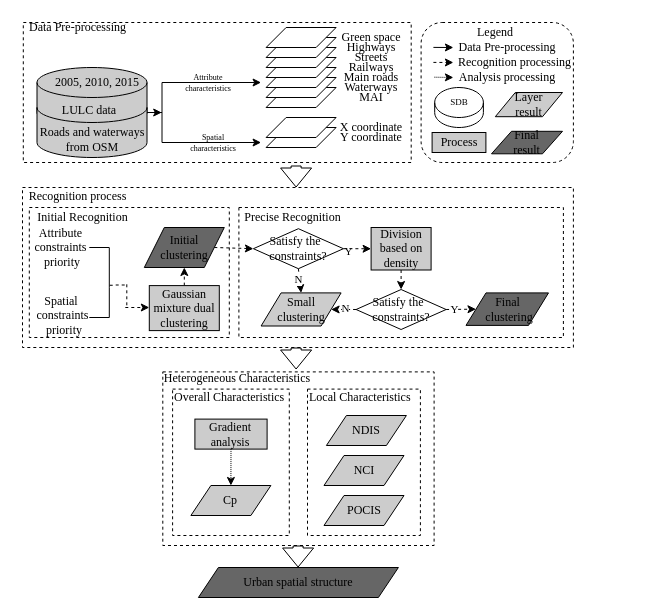
The draw.io diagram Untitled Diagram.drawio in xiaotongtongxue/flowChar, before the edit. Source tidied: cells renumbered, new cells numbered last; positions are measured from the earlier drawing's top-left corner, leaving out a move shared by most shapes. Both pictures are drawn from the tidied source at 100%, with x=0, y=0 at pixel (16, 17).
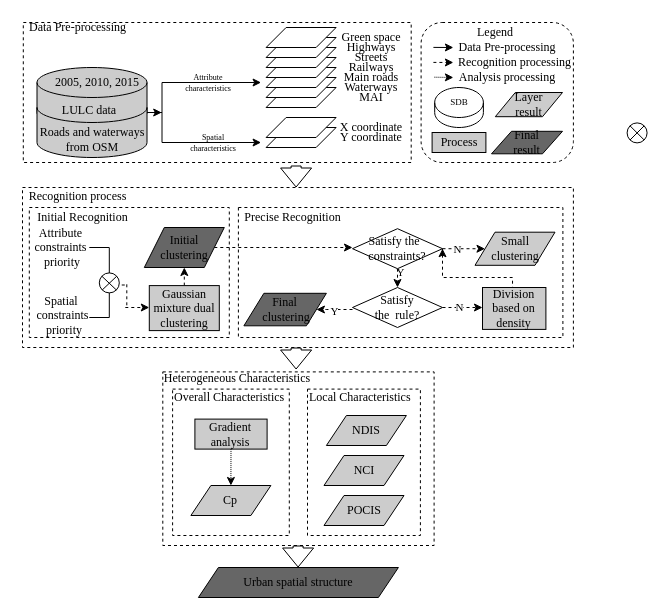
The same diagram, later.

The change refers to these unchanged cells:
```xml
<mxCell id="34" value="Initial clustering" style="shape=parallelogram;perimeter=parallelogramPerimeter;whiteSpace=wrap;html=1;fixedSize=1;strokeWidth=1;fontFamily=Times New Roman;fontColor=#000000;fillColor=#666666;" parent="1" vertex="1">
  <mxGeometry x="127.8" y="210" width="80" height="40" as="geometry" />
</mxCell>
```

The edit, as a diff of the source:
```diff
@@
-    <mxCell id="2" style="rounded=0;whiteSpace=wrap;html=1;dashed=1;fillColor=none;" parent="1" vertex="1">
-      <mxGeometry x="222.4" y="190" width="324.5" height="130" as="geometry" />
+    <mxCell id="2" value="&lt;span style=&quot;font-family: &amp;quot;Times New Roman&amp;quot;; font-size: 11px; background-color: rgb(255, 255, 255);&quot;&gt;Y&lt;/span&gt;" style="rounded=0;whiteSpace=wrap;html=1;dashed=1;fillColor=none;" parent="1" vertex="1">
+      <mxGeometry x="221.9" y="190" width="324.5" height="130" as="geometry" />
     </mxCell>
@@
     <mxCell id="31" style="line;strokeWidth=1;direction=south;html=1;fontFamily=Times New Roman;fontColor=#000000;" parent="1" vertex="1">
-      <mxGeometry x="82.8" y="230.1" width="20" height="40" as="geometry" />
+      <mxGeometry x="82.8" y="230.1" width="20" height="29.9" as="geometry" />
     </mxCell>
@@
     <mxCell id="35" value="Satisfy the &amp;nbsp;&lt;br&gt;constraints?" style="rhombus;whiteSpace=wrap;html=1;strokeWidth=1;fontFamily=Times New Roman;fontColor=#000000;" parent="1" vertex="1">
-      <mxGeometry x="236.9" y="211.2" width="90" height="40" as="geometry" />
+      <mxGeometry x="336" y="211.2" width="90" height="40" as="geometry" />
     </mxCell>
-    <mxCell id="36" style="endArrow=classic;html=1;fontFamily=Times New Roman;dashed=1;exitX=0.5;exitY=1;exitDx=0;exitDy=0;entryX=0.5;entryY=0;entryDx=0;entryDy=0;" parent="1" edge="1" source="35" target="38">
+    <mxCell id="36" style="endArrow=classic;html=1;fontFamily=Times New Roman;dashed=1;exitX=1;exitY=0.5;exitDx=0;exitDy=0;entryX=0;entryY=0.5;entryDx=0;entryDy=0;" parent="1" edge="1" source="35" target="38">
       <mxGeometry relative="1" as="geometry" />
     </mxCell>
     <mxCell id="37" value="N&lt;br&gt;" style="edgeLabel;html=1;align=center;verticalAlign=middle;fontFamily=Times New Roman;fontColor=#000000;" parent="36" vertex="1">
       <mxGeometry x="-0.45" relative="1" as="geometry">
-        <mxPoint x="-1" y="3" as="offset" />
+        <mxPoint x="3" as="offset" />
       </mxGeometry>
     </mxCell>
     <mxCell id="38" value="Small clustering" style="shape=parallelogram;perimeter=parallelogramPerimeter;whiteSpace=wrap;html=1;fixedSize=1;strokeWidth=1;fontFamily=Times New Roman;fontColor=#000000;fillColor=#CCCCCC;" parent="1" vertex="1">
-      <mxGeometry x="244.6" y="275.4" width="80" height="33.1" as="geometry" />
+      <mxGeometry x="458.5" y="214.7" width="80" height="33.1" as="geometry" />
     </mxCell>
-    <mxCell id="39" value="Satisfy the &amp;nbsp;&lt;br&gt;constraints?" style="rhombus;whiteSpace=wrap;html=1;strokeWidth=1;fontFamily=Times New Roman;fontColor=#000000;" parent="1" vertex="1">
-      <mxGeometry x="339.6" y="272" width="90" height="40" as="geometry" />
+    <mxCell id="39" value="Satisfy &lt;br&gt;the &amp;nbsp;rule?" style="rhombus;whiteSpace=wrap;html=1;strokeWidth=1;fontFamily=Times New Roman;fontColor=#000000;" parent="1" vertex="1">
+      <mxGeometry x="336" y="270" width="90" height="40" as="geometry" />
     </mxCell>
@@
     <mxCell id="64" value="&lt;div style=&quot;font-family: &amp;#34;times new roman&amp;#34;&quot;&gt;Division&lt;/div&gt;&lt;div style=&quot;font-family: &amp;#34;times new roman&amp;#34;&quot;&gt;based on&lt;/div&gt;&lt;div style=&quot;font-family: &amp;#34;times new roman&amp;#34;&quot;&gt;density&lt;/div&gt;" style="rounded=0;whiteSpace=wrap;html=1;fillColor=#CCCCCC;" parent="1" vertex="1">
-      <mxGeometry x="354.6" y="210" width="60" height="42.5" as="geometry" />
+      <mxGeometry x="466" y="270" width="63.4" height="41.9" as="geometry" />
     </mxCell>
-    <mxCell id="65" style="endArrow=classic;html=1;fontFamily=Times New Roman;dashed=1;entryX=0;entryY=0.5;entryDx=0;entryDy=0;exitX=1;exitY=0.5;exitDx=0;exitDy=0;" parent="1" edge="1" source="34" target="35">
-      <mxGeometry relative="1" as="geometry" />
+    <mxCell id="65" style="endArrow=classic;html=1;fontFamily=Times New Roman;dashed=1;exitX=1;exitY=0.5;exitDx=0;exitDy=0;" parent="1" edge="1" source="34">
+      <mxGeometry relative="1" as="geometry">
+        <mxPoint x="336" y="230" as="targetPoint" />
+      </mxGeometry>
     </mxCell>
@@
     <mxCell id="74" style="line;strokeWidth=1;direction=south;html=1;perimeter=backbonePerimeter;shadow=0;dashed=1;fillColor=none;rotation=89;" parent="1" vertex="1">
-      <mxGeometry x="95.3" y="259.7" width="10" height="15.8" as="geometry" />
+      <mxGeometry x="98.1" y="262.4" width="10" height="10.3" as="geometry" />
     </mxCell>
@@
-    <mxCell id="85" value="Y&lt;br&gt;" style="edgeLabel;html=1;align=center;verticalAlign=middle;fontFamily=Times New Roman;fontColor=#000000;" parent="1" vertex="1">
-      <mxGeometry x="404.6" y="210" as="geometry">
-        <mxPoint x="-73" y="23" as="offset" />
-      </mxGeometry>
-    </mxCell>
-    <mxCell id="86" style="endArrow=classic;html=1;fontFamily=Times New Roman;dashed=1;exitX=1;exitY=0.5;exitDx=0;exitDy=0;entryX=0;entryY=0.5;entryDx=0;entryDy=0;" parent="1" edge="1" source="39" target="87">
-      <mxGeometry relative="1" as="geometry" />
+    <mxCell id="86" style="endArrow=classic;html=1;fontFamily=Times New Roman;dashed=1;" parent="1" edge="1" target="87">
+      <mxGeometry relative="1" as="geometry">
+        <mxPoint x="336" y="292" as="sourcePoint" />
+        <Array as="points">
+          <mxPoint x="306" y="292" />
+        </Array>
+      </mxGeometry>
     </mxCell>
     <mxCell id="87" value="Final&lt;br&gt;&amp;nbsp;clustering" style="shape=parallelogram;perimeter=parallelogramPerimeter;whiteSpace=wrap;html=1;fixedSize=1;strokeWidth=1;fontFamily=Times New Roman;fontColor=#000000;fillColor=#666666;" parent="1" vertex="1">
-      <mxGeometry x="449.5" y="275.4" width="82.5" height="32.5" as="geometry" />
+      <mxGeometry x="227.4" y="275.8" width="82.5" height="32.5" as="geometry" />
     </mxCell>
+    <mxCell id="93" style="ellipse;whiteSpace=wrap;html=1;" parent="1" vertex="1">
+      <mxGeometry x="82.8" y="255.4" width="20" height="20" as="geometry" />
+    </mxCell>
+    <mxCell id="94" style="endArrow=none;html=1;rounded=0;entryX=1;entryY=0;entryDx=0;entryDy=0;exitX=0;exitY=1;exitDx=0;exitDy=0;" parent="1" edge="1" source="93" target="93">
+      <mxGeometry relative="1" as="geometry" />
+    </mxCell>
+    <mxCell id="95" style="endArrow=none;html=1;rounded=0;entryX=0;entryY=0;entryDx=0;entryDy=0;exitX=1;exitY=1;exitDx=0;exitDy=0;" parent="1" edge="1" source="93" target="93">
+      <mxGeometry relative="1" as="geometry" />
+    </mxCell>
+    <mxCell id="96" style="ellipse;whiteSpace=wrap;html=1;" parent="1" vertex="1">
+      <mxGeometry x="610.6" y="105.4" width="20" height="20" as="geometry" />
+    </mxCell>
+    <mxCell id="97" style="endArrow=none;html=1;rounded=0;entryX=1;entryY=0;entryDx=0;entryDy=0;exitX=0;exitY=1;exitDx=0;exitDy=0;" parent="1" edge="1" source="96" target="96">
+      <mxGeometry relative="1" as="geometry" />
+    </mxCell>
+    <mxCell id="98" style="endArrow=none;html=1;rounded=0;entryX=0;entryY=0;entryDx=0;entryDy=0;exitX=1;exitY=1;exitDx=0;exitDy=0;" parent="1" edge="1" source="96" target="96">
+      <mxGeometry relative="1" as="geometry" />
+    </mxCell>
+    <mxCell id="99" style="endArrow=classic;html=1;fontFamily=Times New Roman;dashed=1;exitX=1;exitY=0.5;exitDx=0;exitDy=0;" parent="1" edge="1" source="39">
+      <mxGeometry relative="1" as="geometry">
+        <mxPoint x="466" y="290" as="targetPoint" />
+      </mxGeometry>
+    </mxCell>
+    <mxCell id="100" style="endArrow=classic;html=1;fontFamily=Times New Roman;dashed=1;exitX=0.5;exitY=1;exitDx=0;exitDy=0;entryX=0.5;entryY=0;entryDx=0;entryDy=0;" parent="1" edge="1" source="35" target="39">
+      <mxGeometry relative="1" as="geometry" />
+    </mxCell>
-    <mxCell id="88" style="endArrow=classic;html=1;fontFamily=Times New Roman;dashed=1;exitX=1;exitY=0.5;exitDx=0;exitDy=0;entryX=0;entryY=0.5;entryDx=0;entryDy=0;" parent="1" edge="1" source="35" target="64">
-      <mxGeometry relative="1" as="geometry" />
+    <mxCell id="88" style="endArrow=none;html=1;rounded=0;entryX=0.474;entryY=-0.015;entryDx=0;entryDy=0;exitX=1;exitY=0.5;exitDx=0;exitDy=0;entryPerimeter=0;strokeColor=default;dashed=1;" parent="1" edge="1" source="35" target="64">
+      <mxGeometry relative="1" as="geometry">
+        <Array as="points">
+          <mxPoint x="426" y="260" />
+          <mxPoint x="496" y="260" />
+        </Array>
+      </mxGeometry>
     </mxCell>
-    <mxCell id="89" style="endArrow=classic;html=1;fontFamily=Times New Roman;dashed=1;exitX=0.5;exitY=1;exitDx=0;exitDy=0;entryX=0.5;entryY=0;entryDx=0;entryDy=0;" parent="1" edge="1" source="64" target="39">
-      <mxGeometry relative="1" as="geometry" />
-    </mxCell>
-    <mxCell id="90" style="endArrow=classic;html=1;fontFamily=Times New Roman;dashed=1;exitX=0;exitY=0.5;exitDx=0;exitDy=0;entryX=1;entryY=0.5;entryDx=0;entryDy=0;" parent="1" edge="1" source="39" target="38">
-      <mxGeometry relative="1" as="geometry" />
-    </mxCell>
+    <mxCell id="101" style="edgeStyle=orthogonalEdgeStyle;rounded=0;orthogonalLoop=1;jettySize=auto;html=1;exitX=0;exitY=0.5;exitDx=0;exitDy=0;entryX=0.014;entryY=0.477;entryDx=0;entryDy=0;entryPerimeter=0;" parent="1" edge="1" source="64" target="64">
+      <mxGeometry relative="1" as="geometry" />
+    </mxCell>
+    <mxCell id="102" style="endArrow=classic;html=1;fontFamily=Times New Roman;dashed=1;exitX=0.5;exitY=1;exitDx=0;exitDy=0;entryX=1;entryY=0.5;entryDx=0;entryDy=0;" parent="1" edge="1" target="35">
+      <mxGeometry relative="1" as="geometry">
+        <mxPoint x="426" y="235.7" as="sourcePoint" />
+      </mxGeometry>
+    </mxCell>
     <mxCell id="91" value="N&lt;br&gt;" style="edgeLabel;html=1;align=center;verticalAlign=middle;fontFamily=Times New Roman;fontColor=#000000;" parent="1" vertex="1">
-      <mxGeometry x="449.5" y="313.1" as="geometry">
-        <mxPoint x="-121" y="-23" as="offset" />
+      <mxGeometry x="458.5" y="240" as="geometry">
+        <mxPoint x="-16" y="49" as="offset" />
       </mxGeometry>
     </mxCell>
-    <mxCell id="92" value="Y&lt;br&gt;" style="edgeLabel;html=1;align=center;verticalAlign=middle;fontFamily=Times New Roman;fontColor=#000000;" parent="1" vertex="1">
-      <mxGeometry x="510.5" y="268.1" as="geometry">
-        <mxPoint x="-73" y="23" as="offset" />
-      </mxGeometry>
-    </mxCell>
+    <mxCell id="103" value="Y" style="edgeLabel;html=1;align=center;verticalAlign=middle;fontFamily=Times New Roman;fontColor=#000000;" parent="1" vertex="1">
+      <mxGeometry x="442.5" y="245.1" as="geometry">
+        <mxPoint x="-125" y="48" as="offset" />
+      </mxGeometry>
+    </mxCell>
```
